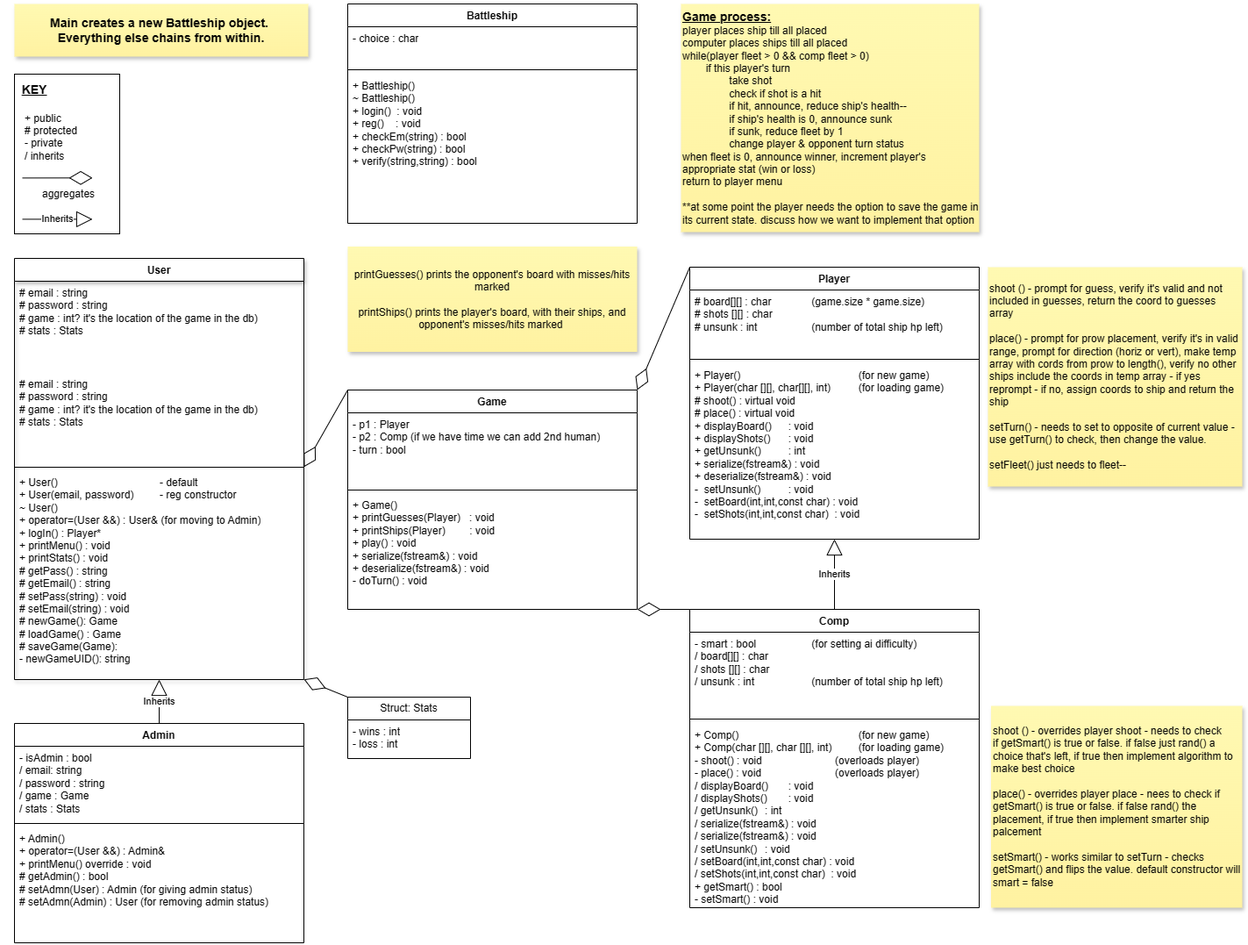
StephaniePeacock/Battleship keeps this draw.io diagram as BattleshipClasses.drawio.png. Above is the earlier version. Source tidied: cells renumbered, new cells last; positions are measured from the earlier drawing's top-left corner, leaving out a move shared by most shapes.
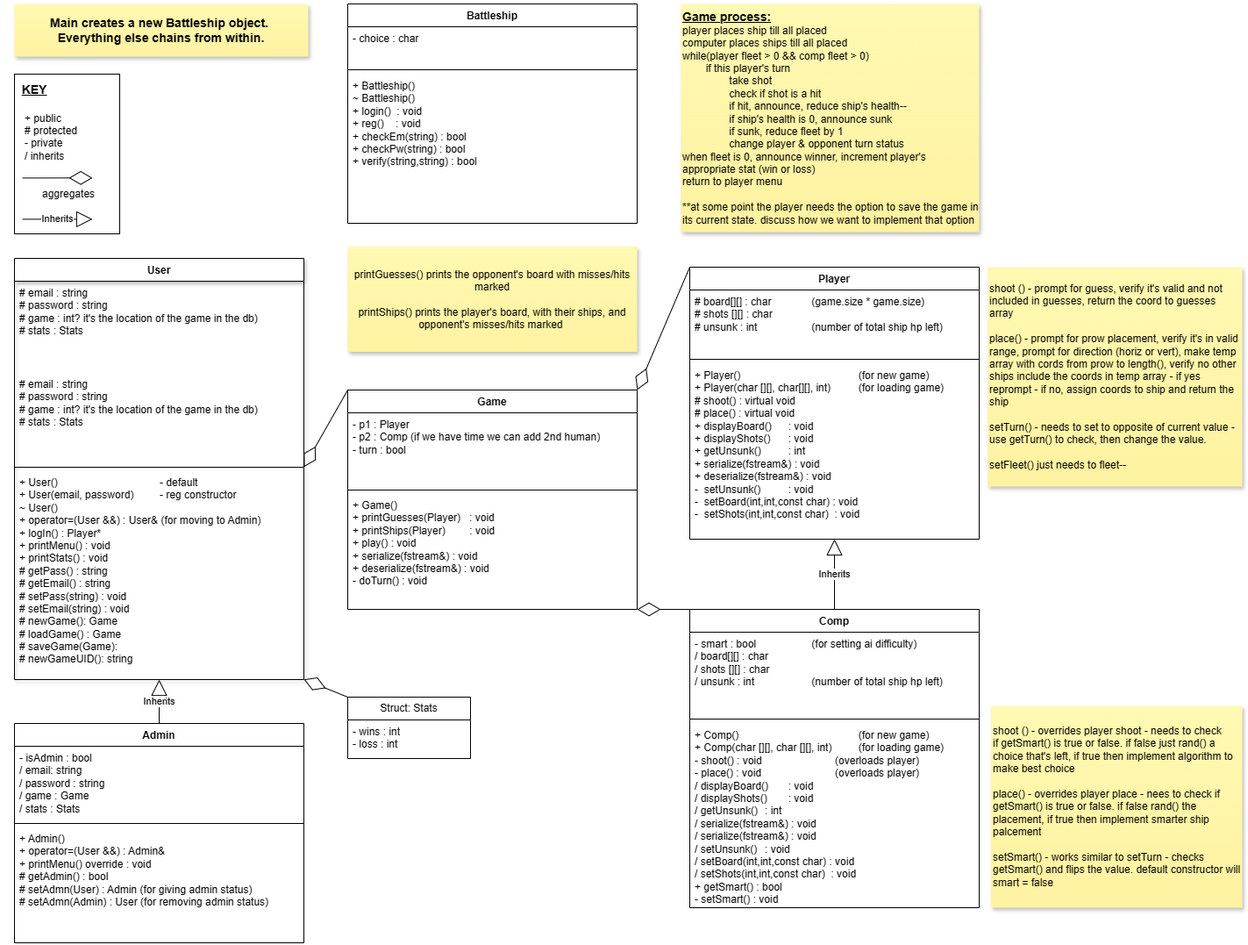
The same file after the commit.

Change to the diagram source:
```diff
@@ -14,7 +14,7 @@
     <mxCell id="5" style="line;strokeWidth=1;fillColor=none;align=left;verticalAlign=middle;spacingTop=-1;spacingLeft=3;spacingRight=3;labelPosition=right;points=[];portConstraint=eastwest;strokeColor=inherit;" parent="2" vertex="1">
       <mxGeometry y="234" width="330" height="8" as="geometry" />
     </mxCell>
-    <mxCell id="6" value="+ User()&lt;span style=&quot;white-space: pre;&quot;&gt;&#9;&lt;/span&gt;&lt;span style=&quot;white-space: pre;&quot;&gt;&#9;&lt;/span&gt;&lt;span style=&quot;white-space: pre;&quot;&gt;&#9;&lt;span style=&quot;white-space: pre;&quot;&gt;&#9;&lt;/span&gt;&lt;span style=&quot;white-space: pre;&quot;&gt;&#9;&lt;/span&gt;&lt;/span&gt;- default&lt;br&gt;+ User(email, password) &lt;span style=&quot;white-space: pre;&quot;&gt;&#9;&lt;/span&gt;- reg constructor&lt;div&gt;&lt;div&gt;~ User()&lt;/div&gt;&lt;div&gt;+ operator=(User &amp;amp;&amp;amp;) : User&amp;amp; (for moving to Admin)&lt;br&gt;&lt;div&gt;+ logIn() : Player*&lt;/div&gt;&lt;div&gt;+ printMenu() : void&lt;/div&gt;&lt;/div&gt;&lt;div&gt;+ printStats() : void&lt;/div&gt;&lt;div&gt;# getPass() : string&lt;/div&gt;&lt;div&gt;# getEmail() : string&lt;/div&gt;&lt;div&gt;&lt;span style=&quot;background-color: initial;&quot;&gt;# setPass(string) : void&lt;/span&gt;&lt;br&gt;&lt;/div&gt;&lt;div&gt;# setEmail(string) : void&lt;/div&gt;&lt;div&gt;# newGame(): Game&lt;/div&gt;&lt;div&gt;# loadGame() : Game&lt;/div&gt;&lt;div&gt;# saveGame(Game):&lt;/div&gt;&lt;div&gt;- newGameUID(): string&lt;/div&gt;&lt;div&gt;&lt;br&gt;&lt;/div&gt;&lt;/div&gt;" style="text;strokeColor=none;fillColor=none;align=left;verticalAlign=top;spacingLeft=4;spacingRight=4;overflow=hidden;points=[[0,0.5],[1,0.5]];portConstraint=eastwest;whiteSpace=wrap;html=1;" parent="2" vertex="1">
+    <mxCell id="6" value="+ User()&lt;span style=&quot;white-space: pre;&quot;&gt;&#9;&lt;/span&gt;&lt;span style=&quot;white-space: pre;&quot;&gt;&#9;&lt;/span&gt;&lt;span style=&quot;white-space: pre;&quot;&gt;&#9;&lt;span style=&quot;white-space: pre;&quot;&gt;&#9;&lt;/span&gt;&lt;span style=&quot;white-space: pre;&quot;&gt;&#9;&lt;/span&gt;&lt;/span&gt;- default&lt;br&gt;+ User(email, password) &lt;span style=&quot;white-space: pre;&quot;&gt;&#9;&lt;/span&gt;- reg constructor&lt;div&gt;&lt;div&gt;~ User()&lt;/div&gt;&lt;div&gt;+ operator=(User &amp;amp;&amp;amp;) : User&amp;amp; (for moving to Admin)&lt;br&gt;&lt;div&gt;+ logIn() : Player*&lt;/div&gt;&lt;div&gt;+ printMenu() : void&lt;/div&gt;&lt;/div&gt;&lt;div&gt;+ printStats() : void&lt;/div&gt;&lt;div&gt;# getPass() : string&lt;/div&gt;&lt;div&gt;# getEmail() : string&lt;/div&gt;&lt;div&gt;&lt;span style=&quot;background-color: initial;&quot;&gt;# setPass(string) : void&lt;/span&gt;&lt;br&gt;&lt;/div&gt;&lt;div&gt;# setEmail(string) : void&lt;/div&gt;&lt;div&gt;# newGame(): Game&lt;/div&gt;&lt;div&gt;# loadGame() : Game&lt;/div&gt;&lt;div&gt;# saveGame(Game):&lt;/div&gt;&lt;div&gt;# newGameUID(): string&lt;/div&gt;&lt;div&gt;&lt;br&gt;&lt;/div&gt;&lt;/div&gt;" style="text;strokeColor=none;fillColor=none;align=left;verticalAlign=top;spacingLeft=4;spacingRight=4;overflow=hidden;points=[[0,0.5],[1,0.5]];portConstraint=eastwest;whiteSpace=wrap;html=1;" parent="2" vertex="1">
       <mxGeometry y="242" width="330" height="238" as="geometry" />
     </mxCell>
     <mxCell id="7" value="Player" style="swimlane;fontStyle=1;align=center;verticalAlign=top;horizontal=1;startSize=26;whiteSpace=wrap;html=1;" parent="1" vertex="1">
```
